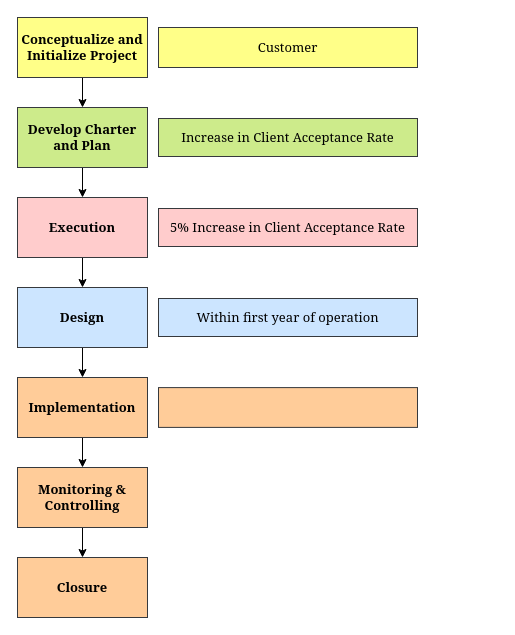
AbeSoll/Draw.io keeps this draw.io diagram as page "Page-2" (2 of 2) of Untitled Diagram.drawio. Above is the earlier version. Source tidied: cells renumbered, new cells numbered last; positions are measured from the earlier drawing's top-left corner, leaving out a move shared by most shapes. Both pictures are drawn from the tidied source at 100%, with x=0, y=0 at pixel (17, 17).
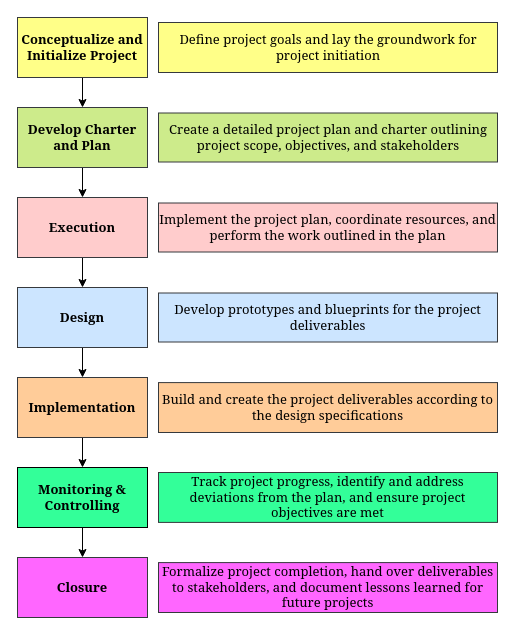
The same page after the edit.

The edit, as a diff of the source:
```diff
@@
-    <mxCell id="2" value="Customer" style="rounded=0;whiteSpace=wrap;html=1;fillColor=#ffff88;strokeColor=#36393d;fontFamily=Georgia;fontSize=13;" parent="1" vertex="1">
-      <mxGeometry x="141" y="10" width="259" height="40" as="geometry" />
+    <mxCell id="2" value="Define project goals and lay the groundwork for project initiation" style="rounded=0;whiteSpace=wrap;html=1;fillColor=#ffff88;strokeColor=#36393d;fontFamily=Georgia;fontSize=13;spacingLeft=1;" parent="1" vertex="1">
+      <mxGeometry x="141" y="5" width="339" height="50" as="geometry" />
     </mxCell>
-    <mxCell id="3" value="Increase in Client Acceptance Rate" style="rounded=0;whiteSpace=wrap;html=1;fillColor=#cdeb8b;strokeColor=#36393d;fontFamily=Georgia;fontSize=13;" parent="1" vertex="1">
-      <mxGeometry x="141" y="101" width="259" height="38" as="geometry" />
+    <mxCell id="3" value="Create a detailed project plan and charter outlining project scope, objectives, and stakeholders" style="rounded=0;whiteSpace=wrap;html=1;fillColor=#cdeb8b;strokeColor=#36393d;fontFamily=Georgia;fontSize=13;spacingLeft=1;" parent="1" vertex="1">
+      <mxGeometry x="141" y="95.5" width="339" height="49" as="geometry" />
     </mxCell>
-    <mxCell id="4" value="5% Increase in Client Acceptance Rate" style="rounded=0;whiteSpace=wrap;html=1;fillColor=#ffcccc;strokeColor=#36393d;fontFamily=Georgia;fontSize=13;" parent="1" vertex="1">
-      <mxGeometry x="141" y="191" width="259" height="38" as="geometry" />
+    <mxCell id="4" value="Implement the project plan, coordinate resources, and perform the work outlined in the plan" style="rounded=0;whiteSpace=wrap;html=1;fillColor=#ffcccc;strokeColor=#36393d;fontFamily=Georgia;fontSize=13;" parent="1" vertex="1">
+      <mxGeometry x="141" y="185.5" width="339" height="49" as="geometry" />
     </mxCell>
@@
-    <mxCell id="13" value="Within first year of operation" style="rounded=0;whiteSpace=wrap;html=1;fillColor=#cce5ff;strokeColor=#36393d;fontFamily=Georgia;fontSize=13;" parent="1" vertex="1">
-      <mxGeometry x="141" y="281" width="259" height="38" as="geometry" />
+    <mxCell id="13" value="&lt;div&gt;Develop prototypes and blueprints for the project deliverables&lt;/div&gt;" style="rounded=0;whiteSpace=wrap;html=1;fillColor=#cce5ff;strokeColor=#36393d;fontFamily=Georgia;fontSize=13;" parent="1" vertex="1">
+      <mxGeometry x="141" y="275.5" width="339" height="49" as="geometry" />
     </mxCell>
@@
-    <mxCell id="16" value="&lt;div style=&quot;font-size: 13px;&quot;&gt;&lt;br&gt;&lt;/div&gt;" style="rounded=0;html=1;align=center;labelBorderColor=none;spacingBottom=0;spacingTop=0;whiteSpace=wrap;fillColor=#ffcc99;strokeColor=#36393d;fontFamily=Georgia;fontSize=13;" parent="1" vertex="1">
-      <mxGeometry x="141" y="370.1" width="259" height="39.8" as="geometry" />
+    <mxCell id="16" value="&lt;div style=&quot;&quot;&gt;Build and create the project deliverables according to the design specifications&lt;br&gt;&lt;/div&gt;" style="rounded=0;html=1;align=center;labelBorderColor=none;spacingBottom=0;spacingTop=0;whiteSpace=wrap;fillColor=#ffcc99;strokeColor=#36393d;fontFamily=Georgia;fontSize=13;" parent="1" vertex="1">
+      <mxGeometry x="141" y="365.1" width="339" height="49.9" as="geometry" />
     </mxCell>
@@
-    <mxCell id="18" value="Monitoring &amp;amp; Controlling" style="rounded=0;whiteSpace=wrap;html=1;fillColor=#ffcc99;strokeColor=#36393d;fontFamily=Georgia;fontSize=13;fontStyle=1;" parent="1" vertex="1">
+    <mxCell id="18" value="Monitoring &amp;amp; Controlling" style="rounded=0;whiteSpace=wrap;html=1;fillColor=#33FF99;strokeColor=#000000;fontFamily=Georgia;fontSize=13;fontStyle=1;" parent="1" vertex="1">
       <mxGeometry y="450" width="130" height="60" as="geometry" />
     </mxCell>
-    <mxCell id="19" value="Closure" style="rounded=0;whiteSpace=wrap;html=1;fillColor=#ffcc99;strokeColor=#36393d;fontFamily=Georgia;fontSize=13;fontStyle=1;" parent="1" vertex="1">
+    <mxCell id="19" value="Closure" style="rounded=0;whiteSpace=wrap;html=1;fillColor=#FF66FF;strokeColor=#36393d;fontFamily=Georgia;fontSize=13;fontStyle=1;" parent="1" vertex="1">
       <mxGeometry y="540" width="130" height="60" as="geometry" />
     </mxCell>
+    <mxCell id="20" value="&lt;div style=&quot;&quot;&gt;Track project progress, identify and address deviations from the plan, and ensure project objectives are met&lt;br&gt;&lt;/div&gt;" style="rounded=0;html=1;align=center;labelBorderColor=none;spacingBottom=0;spacingTop=0;whiteSpace=wrap;fillColor=#33FF99;strokeColor=#36393d;fontFamily=Georgia;fontSize=13;" parent="1" vertex="1">
+      <mxGeometry x="141" y="455" width="339" height="49.9" as="geometry" />
+    </mxCell>
+    <mxCell id="21" value="&lt;div style=&quot;&quot;&gt;Formalize project completion, hand over deliverables to stakeholders, and document lessons learned for future projects&lt;br&gt;&lt;/div&gt;" style="rounded=0;html=1;align=center;labelBorderColor=none;spacingBottom=0;spacingTop=0;whiteSpace=wrap;fillColor=#FF66FF;strokeColor=#36393d;fontFamily=Georgia;fontSize=13;" parent="1" vertex="1">
+      <mxGeometry x="141" y="545.1" width="339" height="49.9" as="geometry" />
+    </mxCell>
```
